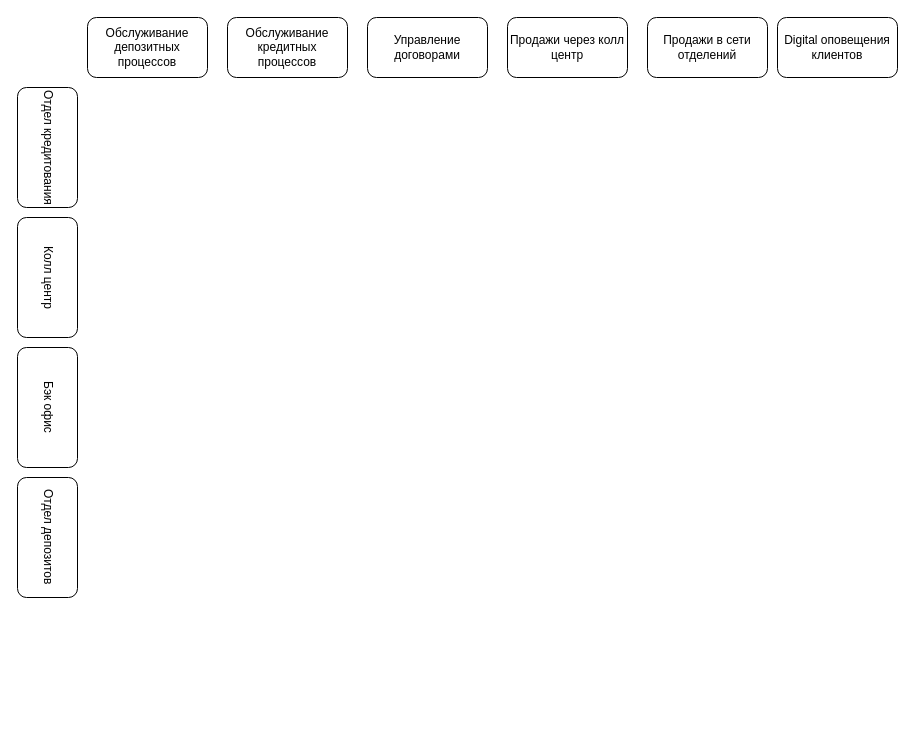
This is Диаграмма без названия.drawio from Laborant90/architecture-standart, a draw.io file, before an edit. Source tidied: cells renumbered, new cells numbered last; positions are measured from the earlier drawing's top-left corner, leaving out a move shared by most shapes. Both pictures are drawn from the tidied source at 100%, with x=0, y=0 at pixel (17, 17).
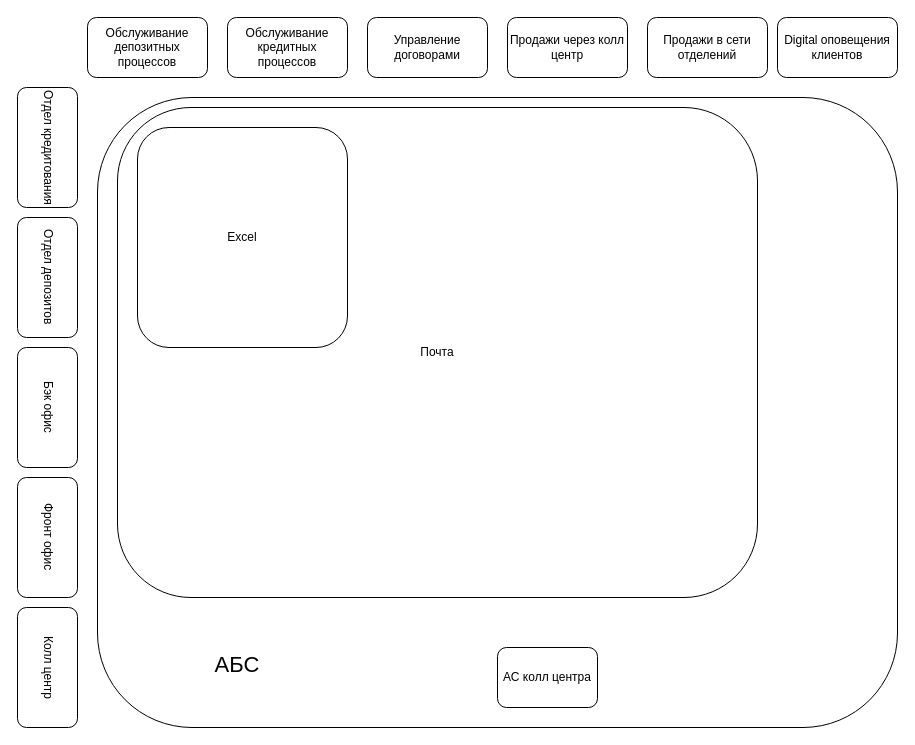
The same diagram, later.

What changed in the source:
```diff
@@
 <mxGraphModel>
   <root>
     <mxCell id="0" />
     <mxCell id="1" parent="0" />
     <mxCell id="2" value="Отдел кредитования" style="rounded=1;whiteSpace=wrap;html=1;imageAlign=left;direction=north;verticalAlign=middle;textDirection=vertical-rl;" parent="1" vertex="1">
       <mxGeometry y="70" width="60" height="120" as="geometry" />
     </mxCell>
     <mxCell id="3" value="Колл центр" style="rounded=1;whiteSpace=wrap;html=1;imageAlign=left;direction=north;verticalAlign=middle;textDirection=vertical-rl;" parent="1" vertex="1">
-      <mxGeometry y="200" width="60" height="120" as="geometry" />
+      <mxGeometry y="590" width="60" height="120" as="geometry" />
     </mxCell>
     <mxCell id="4" value="Бэк офис" style="rounded=1;whiteSpace=wrap;html=1;imageAlign=left;direction=north;verticalAlign=middle;textDirection=vertical-rl;" parent="1" vertex="1">
       <mxGeometry y="330" width="60" height="120" as="geometry" />
     </mxCell>
     <mxCell id="5" value="Отдел депозитов" style="rounded=1;whiteSpace=wrap;html=1;imageAlign=left;direction=north;verticalAlign=middle;textDirection=vertical-rl;" parent="1" vertex="1">
-      <mxGeometry y="460" width="60" height="120" as="geometry" />
+      <mxGeometry y="200" width="60" height="120" as="geometry" />
     </mxCell>
     <mxCell id="6" value="Продажи через колл центр" style="rounded=1;whiteSpace=wrap;html=1;" parent="1" vertex="1">
       <mxGeometry x="490" width="120" height="60" as="geometry" />
     </mxCell>
     <mxCell id="7" value="Продажи в сети отделений" style="rounded=1;whiteSpace=wrap;html=1;" parent="1" vertex="1">
       <mxGeometry x="630" width="120" height="60" as="geometry" />
     </mxCell>
     <mxCell id="8" value="Digital оповещения клиентов" style="rounded=1;whiteSpace=wrap;html=1;" parent="1" vertex="1">
       <mxGeometry x="760" width="120" height="60" as="geometry" />
     </mxCell>
     <mxCell id="9" value="Обслуживание депозитных процессов" style="rounded=1;whiteSpace=wrap;html=1;" parent="1" vertex="1">
       <mxGeometry x="70" width="120" height="60" as="geometry" />
     </mxCell>
     <mxCell id="10" value="Обслуживание кредитных процессов" style="rounded=1;whiteSpace=wrap;html=1;" parent="1" vertex="1">
       <mxGeometry x="210" width="120" height="60" as="geometry" />
     </mxCell>
     <mxCell id="11" value="Управление договорами" style="rounded=1;whiteSpace=wrap;html=1;" parent="1" vertex="1">
       <mxGeometry x="350" width="120" height="60" as="geometry" />
     </mxCell>
+    <mxCell id="12" style="rounded=1;whiteSpace=wrap;html=1;" parent="1" vertex="1">
+      <mxGeometry x="80" y="80" width="800" height="630" as="geometry" />
+    </mxCell>
+    <mxCell id="13" value="АС колл центра" style="rounded=1;whiteSpace=wrap;html=1;" parent="1" vertex="1">
+      <mxGeometry x="480" y="630" width="100" height="60" as="geometry" />
+    </mxCell>
+    <mxCell id="14" value="Почта" style="rounded=1;whiteSpace=wrap;html=1;" parent="1" vertex="1">
+      <mxGeometry x="100" y="90" width="640" height="490" as="geometry" />
+    </mxCell>
+    <mxCell id="15" value="Excel" style="rounded=1;whiteSpace=wrap;html=1;" parent="1" vertex="1">
+      <mxGeometry x="120" y="110" width="210" height="220" as="geometry" />
+    </mxCell>
+    <mxCell id="16" value="Фронт офис" style="rounded=1;whiteSpace=wrap;html=1;imageAlign=left;direction=north;verticalAlign=middle;textDirection=vertical-rl;" parent="1" vertex="1">
+      <mxGeometry y="460" width="60" height="120" as="geometry" />
+    </mxCell>
+    <mxCell id="17" value="АБС" style="text;html=1;align=center;verticalAlign=middle;whiteSpace=wrap;rounded=0;fontSize=22;" parent="1" vertex="1">
+      <mxGeometry x="170" y="630" width="100" height="35" as="geometry" />
+    </mxCell>
   </root>
 </mxGraphModel>
```
